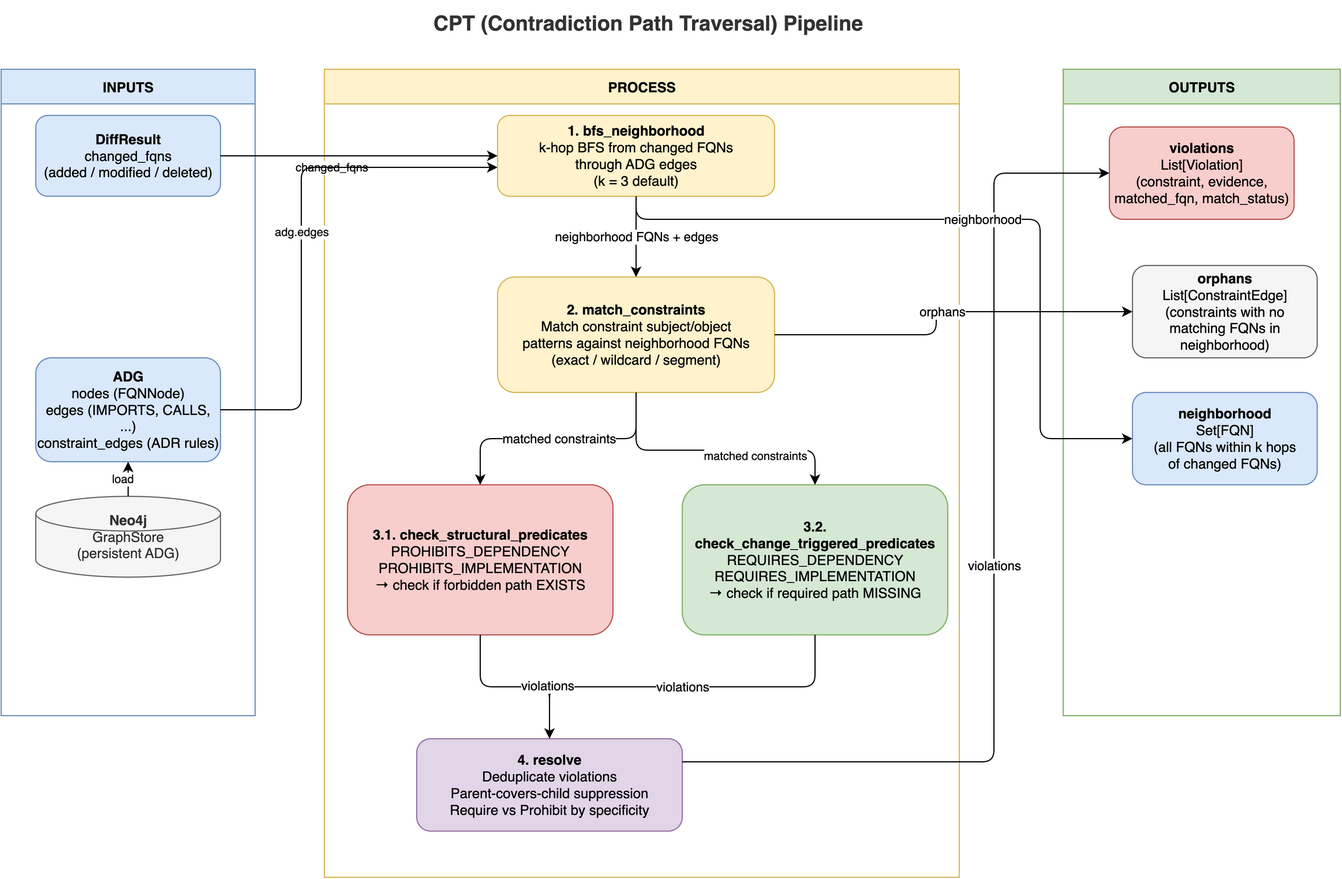
Earlier version of the draw.io export docs/diagrams/cpt_pipeline.drawio.png (Ravicha2/ADRLinter). Source tidied: cells renumbered, new cells last; positions are measured from the earlier drawing's top-left corner, leaving out a move shared by most shapes.
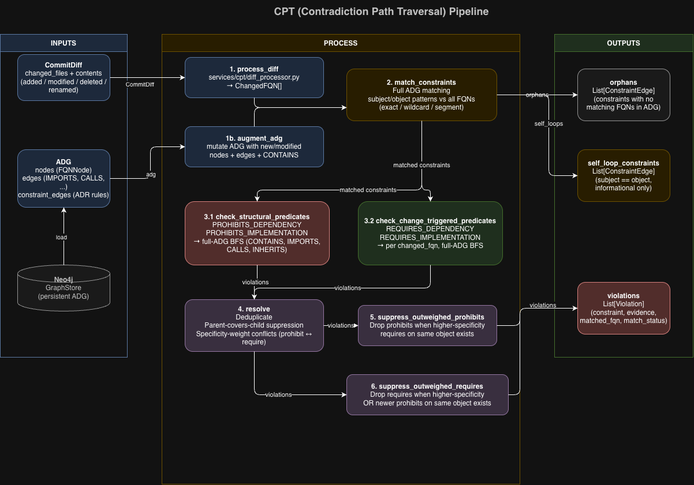
The same diagram one commit later.

Diff of the diagram source:
```diff
@@ -3,79 +3,127 @@
     <mxCell id="0" />
     <mxCell id="1" parent="0" />
     <mxCell id="2" value="&lt;b&gt;CPT (Contradiction Path Traversal) Pipeline&lt;/b&gt;" style="text;html=1;align=center;verticalAlign=middle;fontSize=18;fontColor=#333333;" parent="1" vertex="1">
-      <mxGeometry x="260" width="600" height="40" as="geometry" />
+      <mxGeometry x="360" width="600" height="40" as="geometry" />
     </mxCell>
     <mxCell id="3" value="INPUTS" style="swimlane;startSize=30;fillColor=#dae8fc;strokeColor=#6c8ebf;fontStyle=1;" parent="1" vertex="1">
       <mxGeometry y="60" width="220" height="560" as="geometry" />
     </mxCell>
-    <mxCell id="4" value="&lt;b&gt;DiffResult&lt;/b&gt;&#10;changed_fqns&#10;(added / modified / deleted)" style="rounded=1;whiteSpace=wrap;html=1;fillColor=#dae8fc;strokeColor=#6c8ebf;" parent="3" vertex="1">
-      <mxGeometry x="30" y="40" width="160" height="70" as="geometry" />
+    <mxCell id="4" value="&lt;b&gt;CommitDiff&lt;/b&gt;&#10;changed_files + contents&#10;(added / modified / deleted / renamed)" style="rounded=1;whiteSpace=wrap;html=1;fillColor=#dae8fc;strokeColor=#6c8ebf;" parent="3" vertex="1">
+      <mxGeometry x="30" y="35" width="160" height="80" as="geometry" />
     </mxCell>
     <mxCell id="5" value="&lt;b&gt;ADG&lt;/b&gt;&#10;nodes (FQNNode)&#10;edges (IMPORTS, CALLS, ...)&#10;constraint_edges (ADR rules)" style="rounded=1;whiteSpace=wrap;html=1;fillColor=#dae8fc;strokeColor=#6c8ebf;" parent="3" vertex="1">
-      <mxGeometry x="30" y="250" width="160" height="90" as="geometry" />
+      <mxGeometry x="30" y="200" width="160" height="100" as="geometry" />
     </mxCell>
     <mxCell id="6" value="&lt;b&gt;Neo4j&lt;/b&gt;&#10;GraphStore&#10;(persistent ADG)" style="shape=cylinder3;whiteSpace=wrap;html=1;fillColor=#f5f5f5;strokeColor=#666666;fontColor=#333333;" parent="3" vertex="1">
-      <mxGeometry x="30" y="370" width="160" height="70" as="geometry" />
+      <mxGeometry x="30" y="400" width="160" height="80" as="geometry" />
     </mxCell>
     <mxCell id="7" value="PROCESS" style="swimlane;startSize=30;fillColor=#fff2cc;strokeColor=#d6b656;fontStyle=1;" parent="1" vertex="1">
-      <mxGeometry x="280" y="60" width="550" height="700" as="geometry" />
+      <mxGeometry x="280" y="60" width="620" height="780" as="geometry" />
     </mxCell>
-    <mxCell id="8" value="&lt;b&gt;1. bfs_neighborhood&lt;/b&gt;&#10;k-hop BFS from changed FQNs&#10;through ADG edges&#10;(k = 3 default)" style="rounded=1;whiteSpace=wrap;html=1;fillColor=#fff2cc;strokeColor=#d6b656;" parent="7" vertex="1">
-      <mxGeometry x="150" y="40" width="240" height="70" as="geometry" />
-    </mxCell>
-    <mxCell id="9" value="&lt;b&gt;2. match_constraints&lt;/b&gt;&#10;Match constraint subject/object&#10;patterns against neighborhood FQNs&#10;(exact / wildcard / segment)" style="rounded=1;whiteSpace=wrap;html=1;fillColor=#fff2cc;strokeColor=#d6b656;" parent="7" vertex="1">
-      <mxGeometry x="150" y="180" width="240" height="100" as="geometry" />
-    </mxCell>
-    <mxCell id="10" value="&lt;b&gt;3.1. check_structural_predicates&lt;/b&gt;&lt;br&gt;PROHIBITS_DEPENDENCY&lt;br&gt;PROHIBITS_IMPLEMENTATION&lt;br&gt;→ check if forbidden path EXISTS" style="rounded=1;whiteSpace=wrap;html=1;fillColor=#f8cecc;strokeColor=#b85450;" parent="7" vertex="1">
-      <mxGeometry x="20" y="360" width="230" height="130" as="geometry" />
-    </mxCell>
-    <mxCell id="11" value="&lt;b&gt;4. resolve&lt;/b&gt;&lt;br&gt;Deduplicate violations&lt;br&gt;Parent-covers-child suppression&lt;br&gt;Require vs Prohibit by specificity" style="rounded=1;whiteSpace=wrap;html=1;fillColor=#e1d5e7;strokeColor=#9673a6;" parent="7" vertex="1">
-      <mxGeometry x="80" y="580" width="230" height="80" as="geometry" />
-    </mxCell>
-    <mxCell id="12" value="&lt;b&gt;3.2. check_change_triggered_predicates&lt;/b&gt;&lt;br&gt;REQUIRES_DEPENDENCY&lt;br&gt;REQUIRES_IMPLEMENTATION&lt;br&gt;→ check if required path MISSING" style="rounded=1;whiteSpace=wrap;html=1;fillColor=#d5e8d4;strokeColor=#82b366;" parent="7" vertex="1">
-      <mxGeometry x="310" y="360" width="230" height="130" as="geometry" />
-    </mxCell>
-    <mxCell id="13" style="edgeStyle=orthogonalEdgeStyle;rounded=1;jettySize=auto;html=1;exitX=0.5;exitY=1;exitDx=0;exitDy=0;entryX=0.5;entryY=0;entryDx=0;entryDy=0;" parent="7" edge="1" source="9" target="12">
-      <mxGeometry relative="1" as="geometry">
-        <Array as="points">
-          <mxPoint x="270" y="330" />
-          <mxPoint x="425" y="330" />
-        </Array>
-      </mxGeometry>
-    </mxCell>
-    <mxCell id="14" value="matched constraints" style="edgeLabel;html=1;align=center;verticalAlign=middle;fontSize=10;" parent="13" vertex="1">
-      <mxGeometry x="0.3" y="-5" relative="1" as="geometry" />
-    </mxCell>
-    <mxCell id="15" value="violations" style="edgeStyle=orthogonalEdgeStyle;rounded=1;jettySize=auto;html=1;exitX=0.5;exitY=1;exitDx=0;exitDy=0;" parent="7" edge="1" source="12" target="11">
-      <mxGeometry relative="1" as="geometry" />
-    </mxCell>
+    <mxCell id="32" value="&lt;b&gt;1. process_diff&lt;/b&gt;&#10;services/cpt/diff_processor.py&#10;→ ChangedFQN[]" style="rounded=1;whiteSpace=wrap;html=1;fillColor=#dae8fc;strokeColor=#6c8ebf;" parent="7" vertex="1">
+      <mxGeometry x="40" y="40" width="240" height="70" as="geometry" />
+    </mxCell>
+    <mxCell id="33" value="&lt;b&gt;1b. augment_adg&lt;/b&gt;&#10;mutate ADG with new/modified&#10;nodes + edges + CONTAINS" style="rounded=1;whiteSpace=wrap;html=1;fillColor=#dae8fc;strokeColor=#6c8ebf;" parent="7" vertex="1">
+      <mxGeometry x="40" y="160" width="240" height="70" as="geometry" />
+    </mxCell>
+    <mxCell id="34" value="&lt;b&gt;2. match_constraints&lt;/b&gt;&#10;Full ADG matching&#10;subject/object patterns vs all FQNs&#10;(exact / wildcard / segment)" style="rounded=1;whiteSpace=wrap;html=1;fillColor=#fff2cc;strokeColor=#d6b656;" parent="7" vertex="1">
+      <mxGeometry x="320" y="60" width="260" height="90" as="geometry" />
+    </mxCell>
+    <mxCell id="35" value="&lt;b&gt;3.1 check_structural_predicates&lt;/b&gt;&#10;PROHIBITS_DEPENDENCY&#10;PROHIBITS_IMPLEMENTATION&#10;→ full-ADG BFS (CONTAINS, IMPORTS, CALLS, INHERITS)" style="rounded=1;whiteSpace=wrap;html=1;fillColor=#f8cecc;strokeColor=#b85450;" parent="7" vertex="1">
+      <mxGeometry x="40" y="290" width="250" height="110" as="geometry" />
+    </mxCell>
+    <mxCell id="36" value="&lt;b&gt;3.2 check_change_triggered_predicates&lt;/b&gt;&#10;REQUIRES_DEPENDENCY&#10;REQUIRES_IMPLEMENTATION&#10;→ per changed_fqn, full-ADG BFS" style="rounded=1;whiteSpace=wrap;html=1;fillColor=#d5e8d4;strokeColor=#82b366;" parent="7" vertex="1">
+      <mxGeometry x="340" y="290" width="250" height="110" as="geometry" />
+    </mxCell>
+    <mxCell id="37" value="&lt;b&gt;4. resolve&lt;/b&gt;&#10;Deduplicate&#10;Parent-covers-child suppression&#10;Specificity-weight conflicts (prohibit ↔ require)" style="rounded=1;whiteSpace=wrap;html=1;fillColor=#e1d5e7;strokeColor=#9673a6;" parent="7" vertex="1">
+      <mxGeometry x="40" y="460" width="240" height="90" as="geometry" />
+    </mxCell>
+    <mxCell id="38" value="&lt;b&gt;5. suppress_outweighed_prohibits&lt;/b&gt;&#10;Drop prohibits when higher-specificity&#10;requires on same object exists" style="rounded=1;whiteSpace=wrap;html=1;fillColor=#e1d5e7;strokeColor=#9673a6;" parent="7" vertex="1">
+      <mxGeometry x="340" y="470" width="240" height="70" as="geometry" />
+    </mxCell>
+    <mxCell id="39" value="&lt;b&gt;6. suppress_outweighed_requires&lt;/b&gt;&#10;Drop requires when higher-specificity&#10;OR newer prohibits on same object exists" style="rounded=1;whiteSpace=wrap;html=1;fillColor=#e1d5e7;strokeColor=#9673a6;" parent="7" vertex="1">
+      <mxGeometry x="320" y="590" width="280" height="70" as="geometry" />
+    </mxCell>
+    <mxCell id="40" style="edgeStyle=orthogonalEdgeStyle;rounded=1;jettySize=auto;html=1;exitX=0.5;exitY=1;exitDx=0;exitDy=0;entryX=0;entryY=0.75;entryDx=0;entryDy=0;" parent="7" edge="1" source="32" target="34">
+      <mxGeometry relative="1" as="geometry">
+        <Array as="points">
+          <mxPoint x="160" y="127" />
+          <mxPoint x="320" y="127" />
+        </Array>
+      </mxGeometry>
+    </mxCell>
+    <mxCell id="41" style="edgeStyle=orthogonalEdgeStyle;rounded=1;jettySize=auto;html=1;exitX=0.5;exitY=0;exitDx=0;exitDy=0;entryX=0;entryY=0.75;entryDx=0;entryDy=0;" parent="7" edge="1" source="33" target="34">
+      <mxGeometry relative="1" as="geometry">
+        <Array as="points">
+          <mxPoint x="160" y="127" />
+          <mxPoint x="320" y="127" />
+        </Array>
+      </mxGeometry>
+    </mxCell>
+    <mxCell id="42" value="matched constraints" style="edgeStyle=orthogonalEdgeStyle;rounded=1;jettySize=auto;html=1;exitX=0.5;exitY=1;exitDx=0;exitDy=0;entryX=0.5;entryY=0;entryDx=0;entryDy=0;" parent="7" edge="1" source="34" target="35">
+      <mxGeometry relative="1" as="geometry">
+        <Array as="points">
+          <mxPoint x="450" y="270" />
+          <mxPoint x="165" y="270" />
+        </Array>
+      </mxGeometry>
+    </mxCell>
+    <mxCell id="43" value="matched constraints" style="edgeStyle=orthogonalEdgeStyle;rounded=1;jettySize=auto;html=1;exitX=0.5;exitY=1;exitDx=0;exitDy=0;entryX=0.5;entryY=0;entryDx=0;entryDy=0;" parent="7" edge="1" source="34" target="36">
+      <mxGeometry relative="1" as="geometry">
+        <Array as="points">
+          <mxPoint x="450" y="270" />
+          <mxPoint x="465" y="270" />
+        </Array>
+      </mxGeometry>
+    </mxCell>
+    <mxCell id="44" value="violations" style="edgeStyle=orthogonalEdgeStyle;rounded=1;jettySize=auto;html=1;exitX=0.5;exitY=1;exitDx=0;exitDy=0;entryX=0.5;entryY=0;entryDx=0;entryDy=0;" parent="7" edge="1" source="35" target="37">
+      <mxGeometry relative="1" as="geometry" />
+    </mxCell>
+    <mxCell id="45" value="violations" style="edgeStyle=orthogonalEdgeStyle;rounded=1;jettySize=auto;html=1;exitX=0.5;exitY=1;exitDx=0;exitDy=0;entryX=0.5;entryY=0;entryDx=0;entryDy=0;" parent="7" edge="1" source="36" target="37">
+      <mxGeometry relative="1" as="geometry">
+        <Array as="points">
+          <mxPoint x="465" y="440" />
+          <mxPoint x="160" y="440" />
+        </Array>
+      </mxGeometry>
+    </mxCell>
+    <mxCell id="46" value="violations" style="edgeStyle=orthogonalEdgeStyle;rounded=1;jettySize=auto;html=1;exitX=1;exitY=0.5;exitDx=0;exitDy=0;entryX=0;entryY=0.5;entryDx=0;entryDy=0;" parent="7" edge="1" source="37" target="38">
+      <mxGeometry relative="1" as="geometry" />
+    </mxCell>
+    <mxCell id="47" value="violations" style="edgeStyle=orthogonalEdgeStyle;rounded=1;jettySize=auto;html=1;exitX=0.5;exitY=1;exitDx=0;exitDy=0;entryX=0;entryY=0.5;entryDx=0;entryDy=0;" parent="7" edge="1" source="37" target="39">
+      <mxGeometry relative="1" as="geometry">
+        <Array as="points">
+          <mxPoint x="160" y="625" />
+        </Array>
+      </mxGeometry>
+    </mxCell>
     <mxCell id="16" value="OUTPUTS" style="swimlane;startSize=30;fillColor=#d5e8d4;strokeColor=#82b366;fontStyle=1;" parent="1" vertex="1">
-      <mxGeometry x="920" y="60" width="240" height="560" as="geometry" />
+      <mxGeometry x="960" y="60" width="240" height="560" as="geometry" />
     </mxCell>
     <mxCell id="17" value="&lt;b&gt;violations&lt;/b&gt;&#10;List[Violation]&#10;(constraint, evidence,&#10;matched_fqn, match_status)" style="rounded=1;whiteSpace=wrap;html=1;fillColor=#f8cecc;strokeColor=#b85450;" parent="16" vertex="1">
-      <mxGeometry x="40" y="50" width="160" height="80" as="geometry" />
+      <mxGeometry x="40" y="430" width="160" height="90" as="geometry" />
     </mxCell>
-    <mxCell id="18" value="&lt;b&gt;orphans&lt;/b&gt;&#10;List[ConstraintEdge]&#10;(constraints with no&#10;matching FQNs in neighborhood)" style="rounded=1;whiteSpace=wrap;html=1;fillColor=#f5f5f5;strokeColor=#666666;" parent="16" vertex="1">
-      <mxGeometry x="60" y="170" width="160" height="80" as="geometry" />
+    <mxCell id="18" value="&lt;b&gt;orphans&lt;/b&gt;&#10;List[ConstraintEdge]&#10;(constraints with no&#10;matching FQNs in ADG)" style="rounded=1;whiteSpace=wrap;html=1;fillColor=#f5f5f5;strokeColor=#666666;" parent="16" vertex="1">
+      <mxGeometry x="40" y="60" width="160" height="90" as="geometry" />
     </mxCell>
-    <mxCell id="19" value="&lt;b&gt;neighborhood&lt;/b&gt;&#10;Set[FQN]&#10;(all FQNs within k hops&#10;of changed FQNs)" style="rounded=1;whiteSpace=wrap;html=1;fillColor=#dae8fc;strokeColor=#6c8ebf;" parent="16" vertex="1">
-      <mxGeometry x="60" y="280" width="160" height="80" as="geometry" />
-    </mxCell>
+    <mxCell id="48" value="&lt;b&gt;self_loop_constraints&lt;/b&gt;&#10;List[ConstraintEdge]&#10;(subject == object,&#10;informational only)" style="rounded=1;whiteSpace=wrap;html=1;fillColor=#fff2cc;strokeColor=#d6b656;" parent="16" vertex="1">
+      <mxGeometry x="40" y="200" width="160" height="90" as="geometry" />
+    </mxCell>
-    <mxCell id="20" style="edgeStyle=orthogonalEdgeStyle;rounded=1;jettySize=auto;html=1;exitX=1;exitY=0.5;exitDx=0;exitDy=0;entryX=0;entryY=0.5;entryDx=0;entryDy=0;" parent="1" edge="1" source="4" target="8">
+    <mxCell id="20" style="edgeStyle=orthogonalEdgeStyle;rounded=1;jettySize=auto;html=1;exitX=1;exitY=0.5;exitDx=0;exitDy=0;entryX=0;entryY=0.5;entryDx=0;entryDy=0;" parent="1" edge="1" source="4" target="32">
       <mxGeometry relative="1" as="geometry" />
     </mxCell>
-    <mxCell id="21" value="changed_fqns" style="edgeLabel;html=1;align=center;verticalAlign=middle;fontSize=10;" parent="20" vertex="1">
+    <mxCell id="21" value="CommitDiff" style="edgeLabel;html=1;align=center;verticalAlign=middle;fontSize=10;" parent="20" vertex="1">
       <mxGeometry x="-0.2" y="-10" relative="1" as="geometry" />
     </mxCell>
-    <mxCell id="22" style="edgeStyle=orthogonalEdgeStyle;rounded=1;jettySize=auto;html=1;exitX=1;exitY=0.5;exitDx=0;exitDy=0;" parent="1" edge="1" source="5" target="8">
+    <mxCell id="22" style="edgeStyle=orthogonalEdgeStyle;rounded=1;jettySize=auto;html=1;exitX=1;exitY=0.5;exitDx=0;exitDy=0;entryX=0;entryY=0.5;entryDx=0;entryDy=0;" parent="1" edge="1" source="5" target="33">
       <mxGeometry relative="1" as="geometry">
         <Array as="points">
-          <mxPoint x="260" y="355" />
-          <mxPoint x="260" y="145" />
+          <mxPoint x="260" y="310" />
+          <mxPoint x="260" y="255" />
         </Array>
       </mxGeometry>
     </mxCell>
-    <mxCell id="23" value="adg.edges" style="edgeLabel;html=1;align=center;verticalAlign=middle;fontSize=10;" parent="22" vertex="1">
+    <mxCell id="23" value="adg" style="edgeLabel;html=1;align=center;verticalAlign=middle;fontSize=10;" parent="22" vertex="1">
       <mxGeometry x="0.1" y="10" relative="1" as="geometry">
         <mxPoint x="10" y="23" as="offset" />
       </mxGeometry>
@@ -86,40 +134,37 @@
     <mxCell id="25" value="load" style="edgeLabel;html=1;align=center;verticalAlign=middle;fontSize=10;" parent="24" vertex="1">
       <mxGeometry y="5" relative="1" as="geometry" />
     </mxCell>
-    <mxCell id="26" value="neighborhood FQNs + edges" style="edgeStyle=orthogonalEdgeStyle;rounded=1;jettySize=auto;html=1;exitX=0.5;exitY=1;exitDx=0;exitDy=0;entryX=0.5;entryY=0;entryDx=0;entryDy=0;" parent="1" edge="1" source="8" target="9">
-      <mxGeometry relative="1" as="geometry" />
-    </mxCell>
-    <mxCell id="27" value="matched constraints" style="edgeStyle=orthogonalEdgeStyle;rounded=1;jettySize=auto;html=1;exitX=0.5;exitY=1;exitDx=0;exitDy=0;entryX=0.5;entryY=0;entryDx=0;entryDy=0;" parent="1" edge="1" source="9" target="10">
-      <mxGeometry relative="1" as="geometry" />
+    <mxCell id="27" value="violations" style="edgeStyle=orthogonalEdgeStyle;rounded=1;jettySize=auto;html=1;exitX=1;exitY=0.5;exitDx=0;exitDy=0;entryX=0;entryY=0.5;entryDx=0;entryDy=0;" parent="1" edge="1" source="39" target="17">
+      <mxGeometry x="0.56" y="5" relative="1" as="geometry">
+        <Array as="points">
+          <mxPoint x="900" y="685" />
+          <mxPoint x="900" y="535" />
+        </Array>
+      </mxGeometry>
     </mxCell>
+    <mxCell id="13" value="orphans" style="edgeStyle=orthogonalEdgeStyle;rounded=1;jettySize=auto;html=1;exitX=1;exitY=0.5;exitDx=0;exitDy=0;entryX=0;entryY=0.5;entryDx=0;entryDy=0;" parent="1" edge="1" source="34" target="18">
+      <mxGeometry relative="1" as="geometry">
+        <Array as="points">
+          <mxPoint x="960" y="165" />
+          <mxPoint x="960" y="165" />
+        </Array>
+      </mxGeometry>
+    </mxCell>
-    <mxCell id="28" value="violations" style="edgeStyle=orthogonalEdgeStyle;rounded=1;jettySize=auto;html=1;exitX=0.5;exitY=1;exitDx=0;exitDy=0;" parent="1" edge="1" source="10" target="11">
-      <mxGeometry x="0.37" relative="1" as="geometry">
-        <mxPoint y="-1" as="offset" />
+    <mxCell id="28" value="self_loops" style="edgeStyle=orthogonalEdgeStyle;rounded=1;jettySize=auto;html=1;exitX=1;exitY=0.5;exitDx=0;exitDy=0;entryX=0;entryY=0.5;entryDx=0;entryDy=0;" parent="1" edge="1" source="34" target="48">
+      <mxGeometry relative="1" as="geometry">
+        <Array as="points">
+          <mxPoint x="950" y="165" />
+          <mxPoint x="950" y="305" />
+        </Array>
       </mxGeometry>
     </mxCell>
-    <mxCell id="29" value="violations" style="edgeStyle=orthogonalEdgeStyle;rounded=1;jettySize=auto;html=1;exitX=1;exitY=0.25;exitDx=0;exitDy=0;entryX=0;entryY=0.5;entryDx=0;entryDy=0;" parent="1" edge="1" source="11" target="17">
-      <mxGeometry relative="1" as="geometry">
-        <Array as="points">
-          <mxPoint x="860" y="660" />
-          <mxPoint x="860" y="150" />
-        </Array>
-      </mxGeometry>
-    </mxCell>
-    <mxCell id="30" value="orphans" style="edgeStyle=orthogonalEdgeStyle;rounded=1;jettySize=auto;html=1;exitX=1;exitY=0.5;exitDx=0;exitDy=0;entryX=0;entryY=0.5;entryDx=0;entryDy=0;" parent="1" edge="1" source="9" target="18">
-      <mxGeometry relative="1" as="geometry">
-        <Array as="points">
-          <mxPoint x="810" y="270" />
-        </Array>
-      </mxGeometry>
-    </mxCell>
-    <mxCell id="31" value="neighborhood" style="edgeStyle=orthogonalEdgeStyle;rounded=1;jettySize=auto;html=1;exitX=0.5;exitY=1;exitDx=0;exitDy=0;entryX=0;entryY=0.5;entryDx=0;entryDy=0;" parent="1" edge="1" source="8" target="19">
-      <mxGeometry relative="1" as="geometry">
-        <Array as="points">
-          <mxPoint x="550" y="190" />
-          <mxPoint x="900" y="190" />
-          <mxPoint x="900" y="380" />
-        </Array>
-      </mxGeometry>
-    </mxCell>
+    <mxCell id="49" style="edgeStyle=orthogonalEdgeStyle;rounded=1;jettySize=auto;html=1;curved=0;" parent="1" edge="1" source="38" target="17">
+      <mxGeometry relative="1" as="geometry">
+        <Array as="points">
+          <mxPoint x="900" y="565" />
+          <mxPoint x="900" y="535" />
+        </Array>
+      </mxGeometry>
+    </mxCell>
   </root>
 </mxGraphModel>
```
